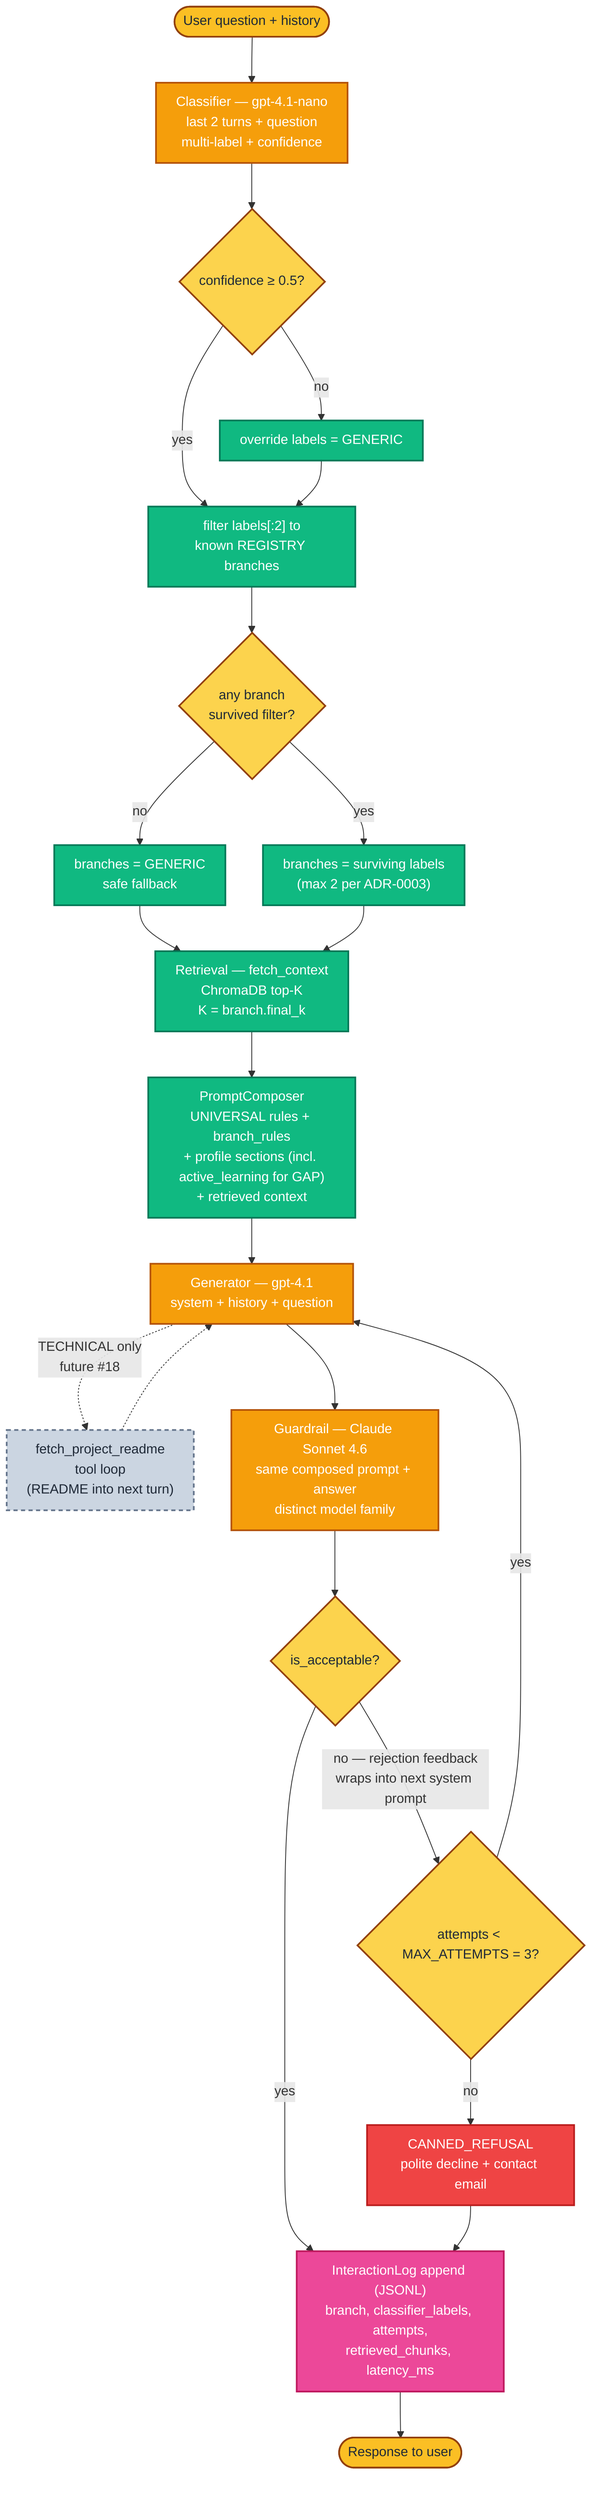
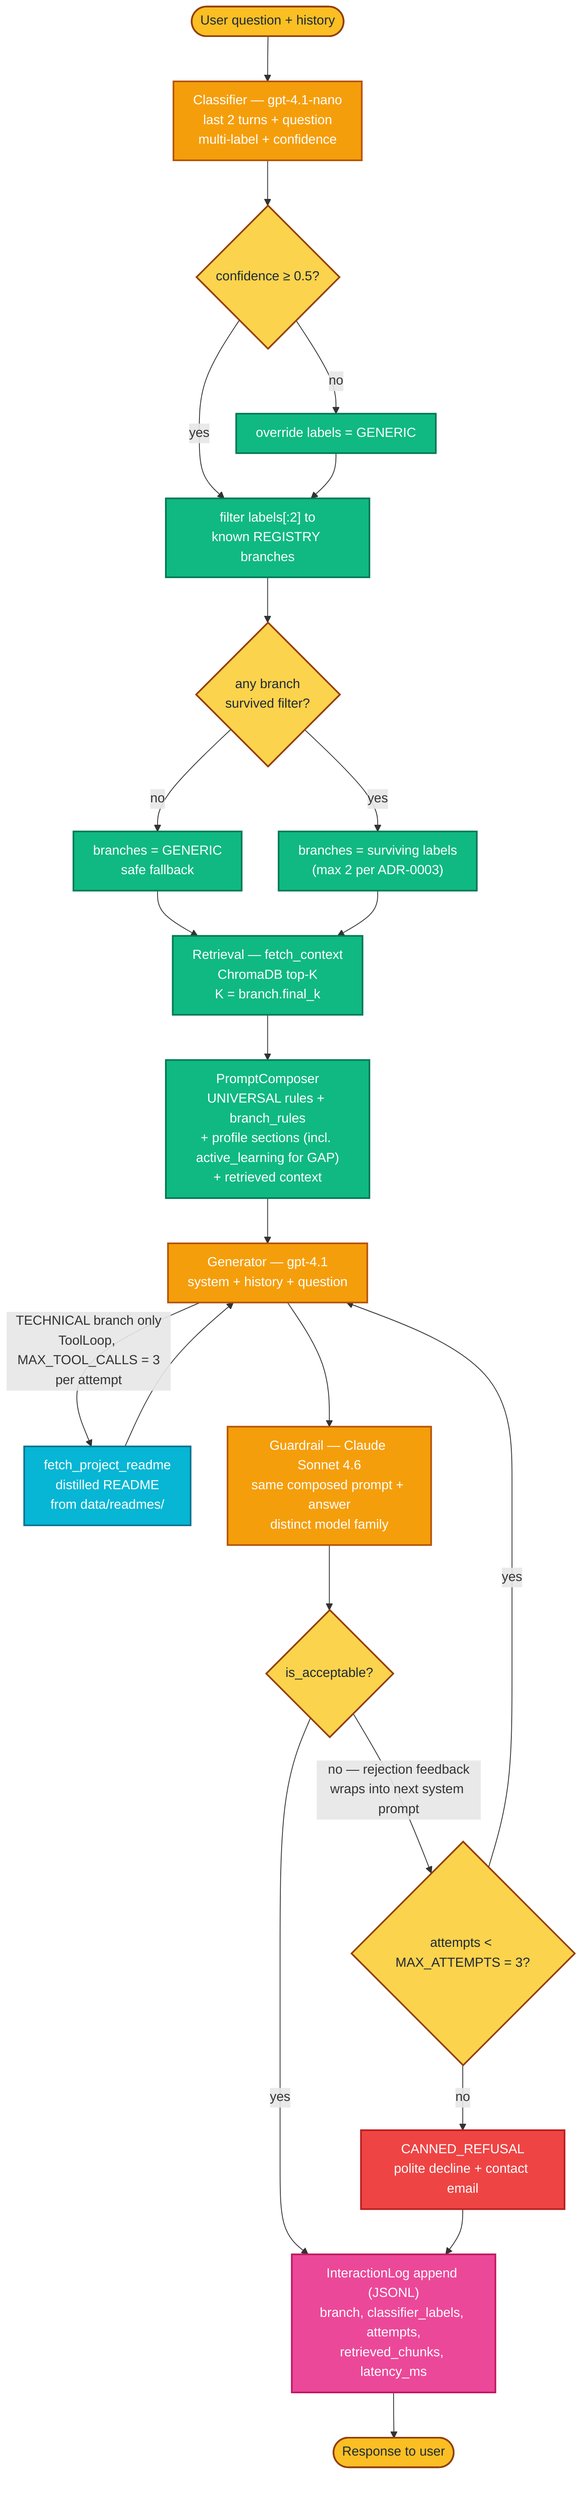
%%{init: {'flowchart': {'nodeSpacing': 45, 'rankSpacing': 55, 'curve': 'basis', 'padding': 12}}}%%
%% Hand-editable runtime pipeline diagram for the Digital Twin.
%% Edit this file whenever pipeline behaviour changes — new branch, new tool,
%% new decision point, retry policy change, new log field. After editing run:
%%   uv run python src/system_map.py
%% to regenerate docs/MAP.md and docs/MAP.html (both this diagram and the
%% auto-generated module graph).
%% Colour conventions: orange = LLM call, green = pure transform,
%% yellow = decision, pink = side effect, red = canned refusal,
- %% dashed grey = future / not yet wired tool.
+ %% cyan = model-callable tool (TECHNICAL branch),
+ %% dashed grey = future / not yet wired.
flowchart TD
  classDef io fill:#fbbf24,stroke:#92400e,color:#1f2937,stroke-width:2px
  classDef llm fill:#f59e0b,stroke:#b45309,color:#ffffff,stroke-width:2px
  classDef decision fill:#fcd34d,stroke:#92400e,color:#1f2937,stroke-width:2px
  classDef pure fill:#10b981,stroke:#047857,color:#ffffff,stroke-width:2px
  classDef sideEffect fill:#ec4899,stroke:#be185d,color:#ffffff,stroke-width:2px
  classDef refusal fill:#ef4444,stroke:#b91c1c,color:#ffffff,stroke-width:2px
+   classDef tool fill:#06b6d4,stroke:#0e7490,color:#ffffff,stroke-width:2px
  classDef future fill:#cbd5e1,stroke:#64748b,color:#1f2937,stroke-width:2px,stroke-dasharray:5 4

  USER([User question + history]):::io
  USER --> CLASSIFY["Classifier — gpt-4.1-nano<br/>last 2 turns + question<br/>multi-label + confidence"]:::llm
  CLASSIFY --> CONF{"confidence &ge; 0.5?"}:::decision
  CONF -->|no| GENFALL["override labels = GENERIC"]:::pure
  CONF -->|yes| FILTER["filter labels[:2] to<br/>known REGISTRY branches"]:::pure
  GENFALL --> FILTER
  FILTER --> EMPTY{"any branch<br/>survived filter?"}:::decision
  EMPTY -->|no| GENFALL2["branches = GENERIC<br/>safe fallback"]:::pure
  EMPTY -->|yes| ROUTE["branches = surviving labels<br/>(max 2 per ADR-0003)"]:::pure
  GENFALL2 --> RETR
  ROUTE --> RETR["Retrieval — fetch_context<br/>ChromaDB top-K<br/>K = branch.final_k"]:::pure
  RETR --> COMP["PromptComposer<br/>UNIVERSAL rules + branch_rules<br/>+ profile sections (incl. active_learning for GAP)<br/>+ retrieved context"]:::pure
  COMP --> GEN["Generator — gpt-4.1<br/>system + history + question"]:::llm
-   GEN -.->|"TECHNICAL only<br/>future #18"| TOOL["fetch_project_readme<br/>tool loop<br/>(README into next turn)"]:::future
-   TOOL -.-> GEN
+   GEN -->|"TECHNICAL branch only<br/>ToolLoop, MAX_TOOL_CALLS = 3<br/>per attempt"| TOOL["fetch_project_readme<br/>distilled README<br/>from data/readmes/"]:::tool
+   TOOL --> GEN
  GEN --> JUDGE["Guardrail — Claude Sonnet 4.6<br/>same composed prompt + answer<br/>distinct model family"]:::llm
  JUDGE --> ACCEPT{"is_acceptable?"}:::decision
  ACCEPT -->|yes| LOG["InteractionLog append (JSONL)<br/>branch, classifier_labels, attempts,<br/>retrieved_chunks, latency_ms"]:::sideEffect
  ACCEPT -->|"no — rejection feedback<br/>wraps into next system prompt"| RETRY{"attempts &lt; MAX_ATTEMPTS = 3?"}:::decision
  RETRY -->|yes| GEN
  RETRY -->|no| REFUSE["CANNED_REFUSAL<br/>polite decline + contact email"]:::refusal
  REFUSE --> LOG
  LOG --> RESP([Response to user]):::io
